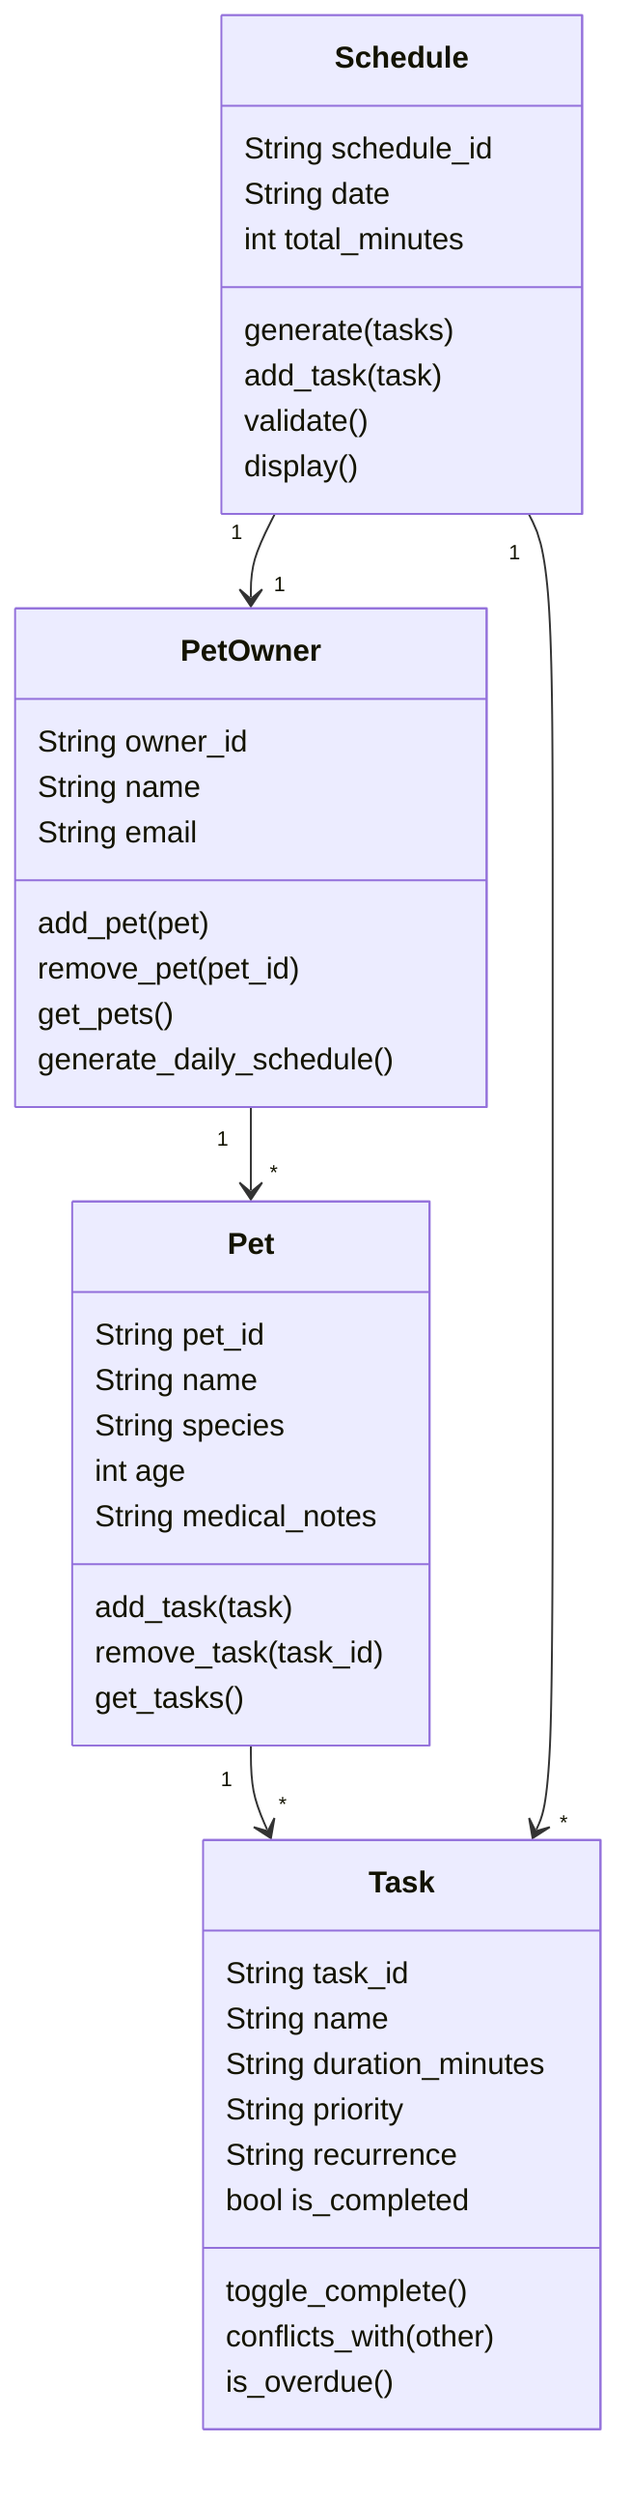
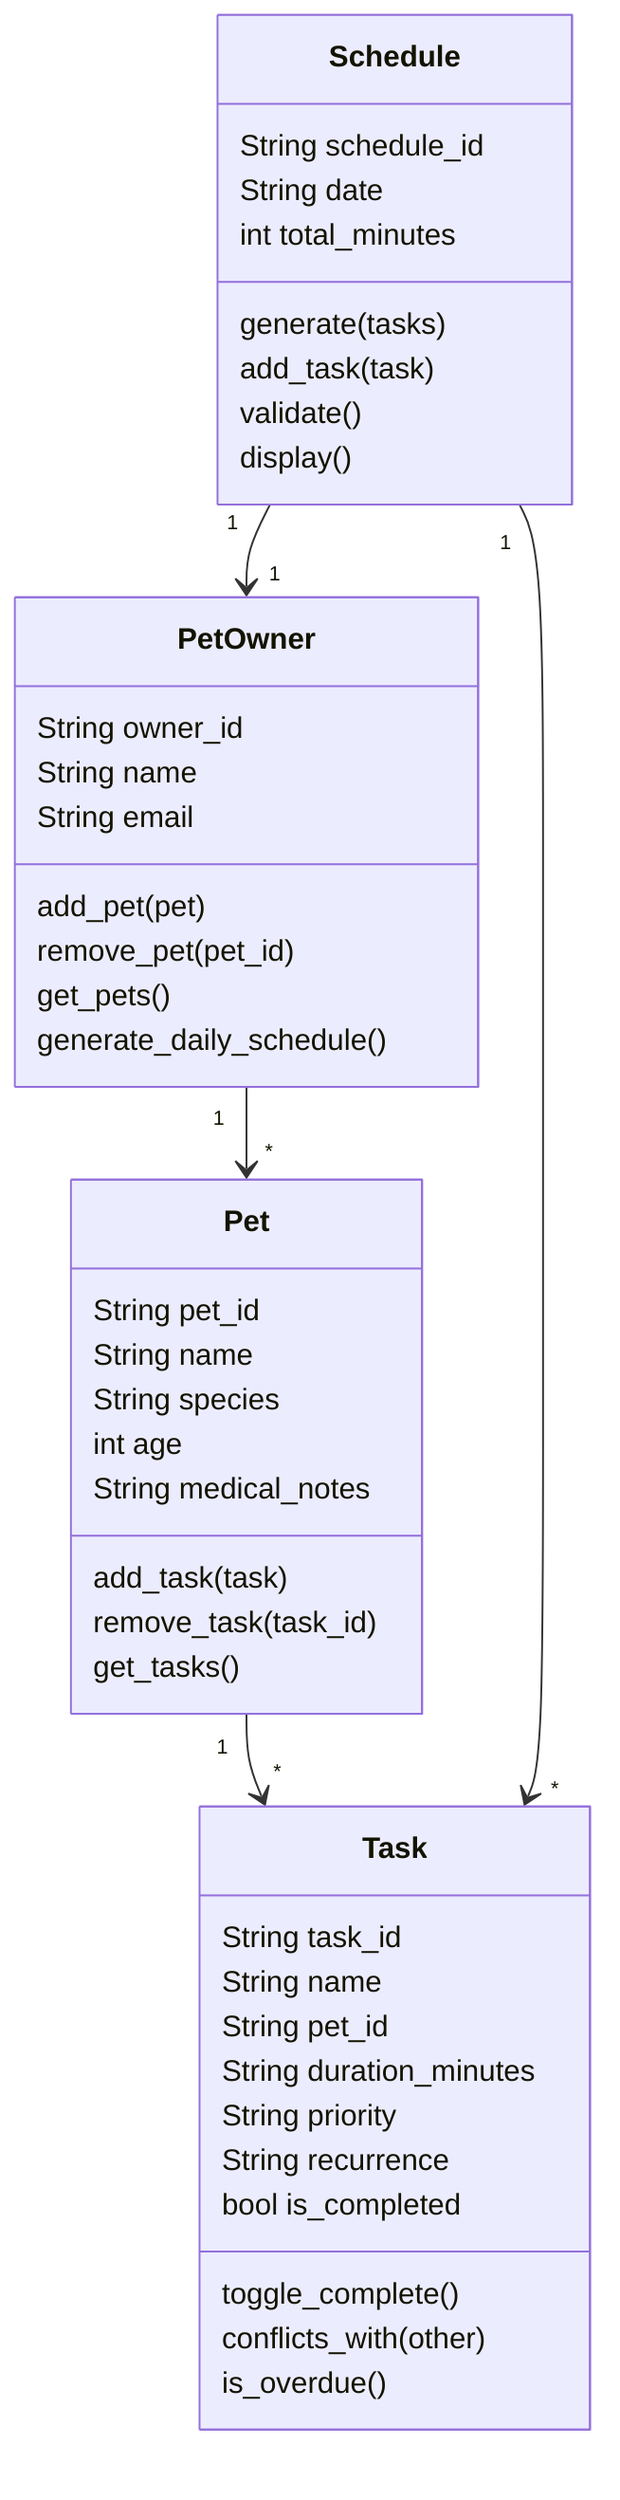
classDiagram
    %% PawPal Pet Care App - Class Diagram
    %% Core domain model for scheduling and managing pet care tasks
    class PetOwner {
        String owner_id
        String name
        String email
        add_pet(pet)
        remove_pet(pet_id)
        get_pets()
        generate_daily_schedule()
    }

    class Pet {
        String pet_id
        String name
        String species
        int age
        String medical_notes
        add_task(task)
        remove_task(task_id)
        get_tasks()
    }

    class Task {
        String task_id
        String name
+         String pet_id
        String duration_minutes
        String priority
        String recurrence
        bool is_completed
        toggle_complete()
        conflicts_with(other)
        is_overdue()
    }

    class Schedule {
        String schedule_id
        String date
        int total_minutes
        generate(tasks)
        add_task(task)
        validate()
        display()
    }

    PetOwner "1" --> "*" Pet
    Pet "1" --> "*" Task
    Schedule "1" --> "1" PetOwner
    Schedule "1" --> "*" Task
